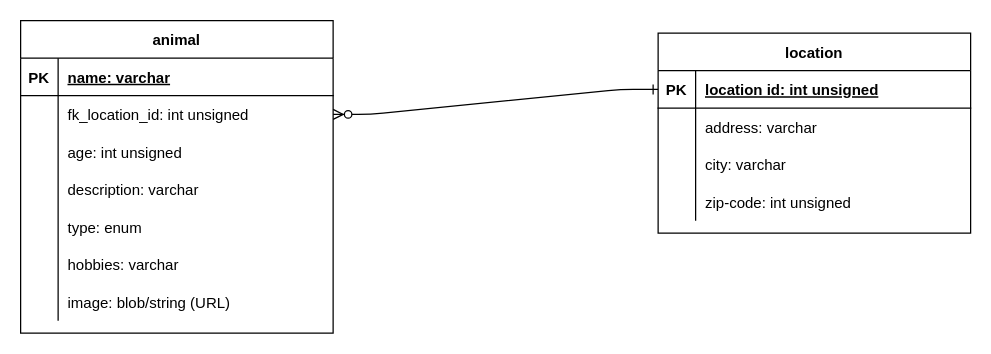
Above: database_development_CR11/UML_ClassDiagram_CR11.drawio in Carina20/LMSCF-Carina-CR11 (draw.io), before the change. Source tidied: cells renumbered, new cells numbered last; positions are measured from the earlier drawing's top-left corner, leaving out a move shared by most shapes. Both pictures are drawn from the tidied source at 125%, with x=0, y=0 at pixel (20, 20).
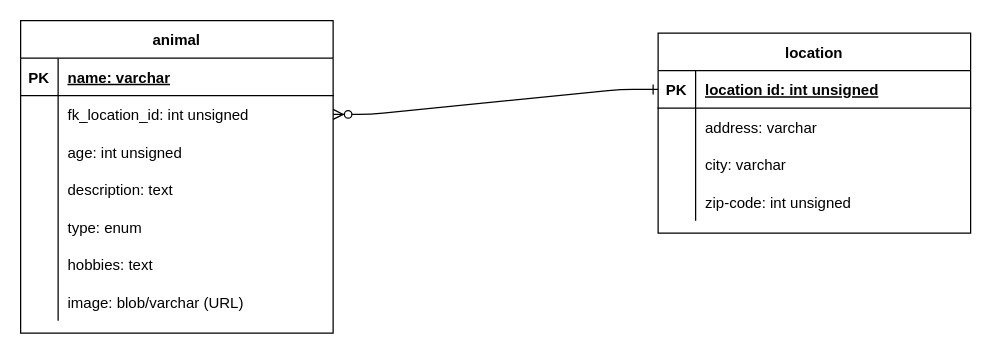
The same page after the edit.

Commit message (it also covers changes not shown here):
database models change

Unchanged cells that the change refers to:
```xml
<mxCell id="13" style="shape=partialRectangle;fillColor=none;top=0;left=0;right=0;bottom=0;" parent="3" vertex="1">
  <mxGeometry y="120" width="250" height="30" as="geometry" />
</mxCell>
<mxCell id="19" style="shape=partialRectangle;fillColor=none;top=0;left=0;right=0;bottom=0;" parent="3" vertex="1">
  <mxGeometry y="180" width="250" height="30" as="geometry" />
</mxCell>
<mxCell id="22" style="shape=partialRectangle;fillColor=none;top=0;left=0;right=0;bottom=0;" parent="3" vertex="1">
  <mxGeometry y="210" width="250" height="30" as="geometry" />
</mxCell>
```

Diff of the diagram source:
```diff
@@
-    <mxCell id="15" value="description: varchar" style="shape=partialRectangle;overflow=hidden;fillColor=none;top=0;left=0;bottom=0;right=0;align=left;spacingLeft=6;" parent="13" vertex="1">
+    <mxCell id="15" value="description: text" style="shape=partialRectangle;overflow=hidden;fillColor=none;top=0;left=0;bottom=0;right=0;align=left;spacingLeft=6;" parent="13" vertex="1">
       <mxGeometry x="30" width="220" height="30" as="geometry" />
     </mxCell>
@@
-    <mxCell id="21" value="hobbies: varchar" style="shape=partialRectangle;overflow=hidden;fillColor=none;top=0;left=0;bottom=0;right=0;align=left;spacingLeft=6;" parent="19" vertex="1">
+    <mxCell id="21" value="hobbies: text" style="shape=partialRectangle;overflow=hidden;fillColor=none;top=0;left=0;bottom=0;right=0;align=left;spacingLeft=6;" parent="19" vertex="1">
       <mxGeometry x="30" width="220" height="30" as="geometry" />
     </mxCell>
@@
-    <mxCell id="24" value="image: blob/string (URL)" style="shape=partialRectangle;overflow=hidden;fillColor=none;top=0;left=0;bottom=0;right=0;align=left;spacingLeft=6;" parent="22" vertex="1">
+    <mxCell id="24" value="image: blob/varchar (URL)" style="shape=partialRectangle;overflow=hidden;fillColor=none;top=0;left=0;bottom=0;right=0;align=left;spacingLeft=6;" parent="22" vertex="1">
       <mxGeometry x="30" width="220" height="30" as="geometry" />
     </mxCell>
```
